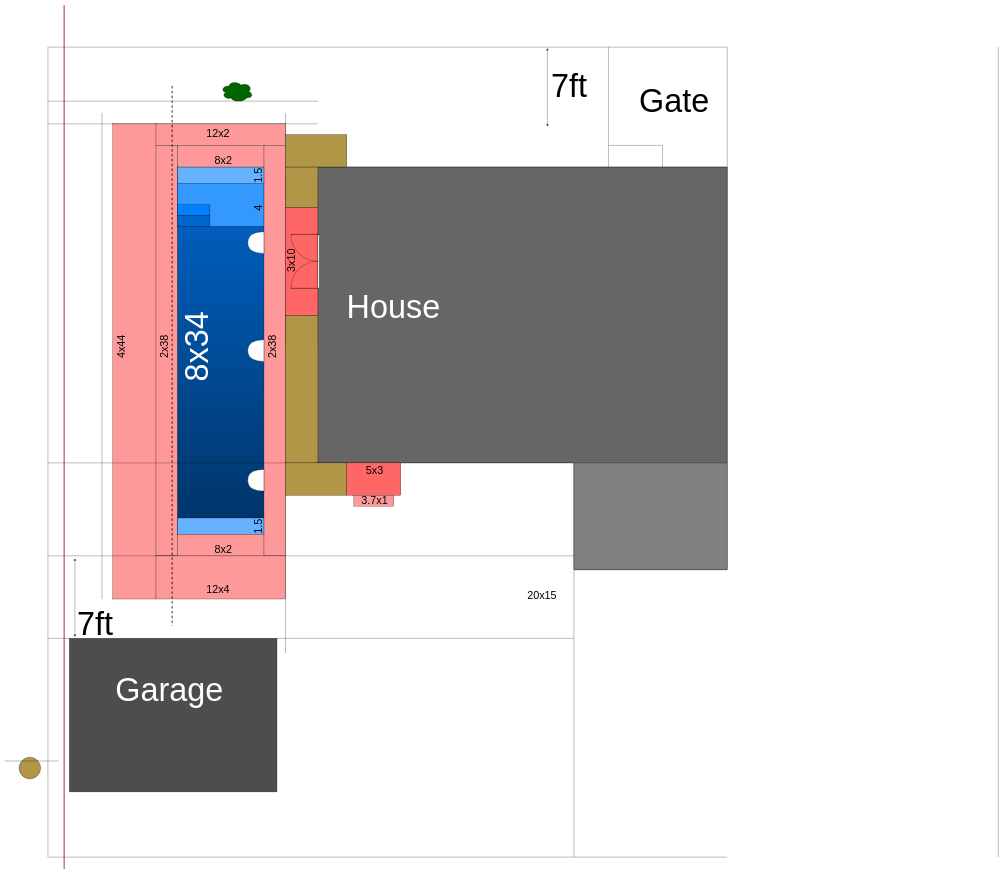
Earlier version of the draw.io diagram Pool.drawio (hikumealan/draw-io-diagrams). Source tidied: cells renumbered, new cells numbered last; positions are measured from the earlier drawing's top-left corner, leaving out a move shared by most shapes. Both pictures are drawn from the tidied source at 27%, with x=0, y=0 at pixel (5, 5).
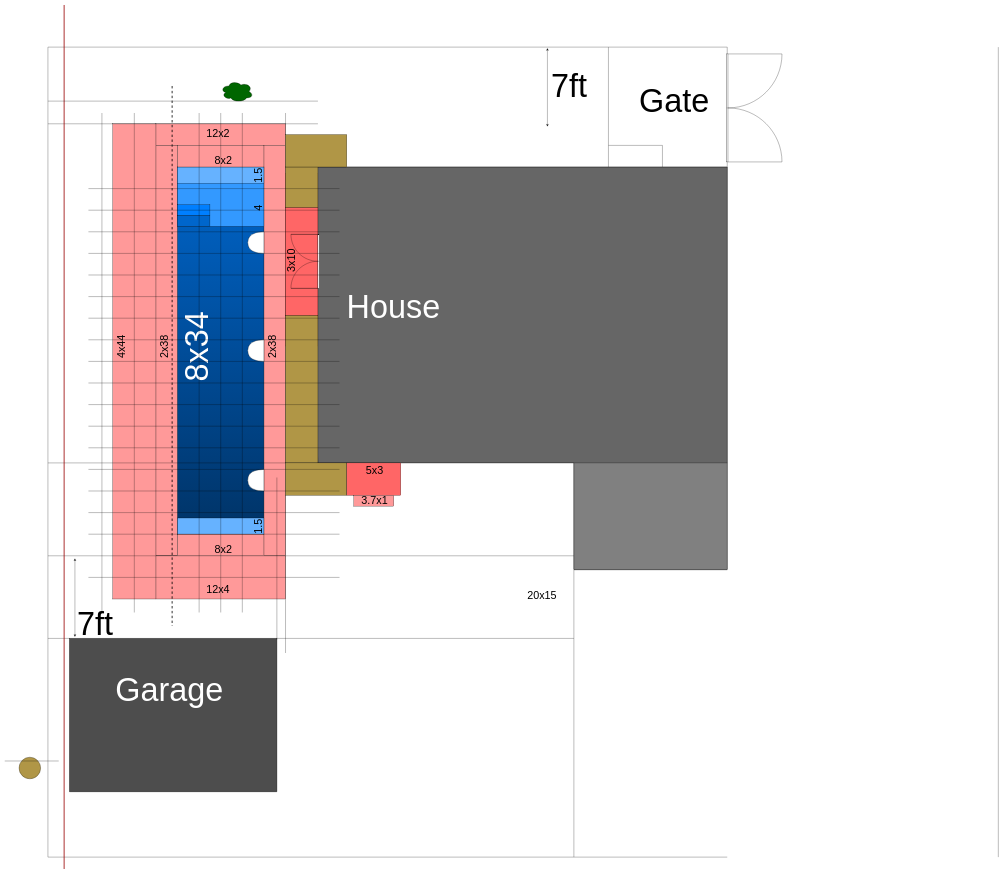
After the change.

What changed in the source:
```diff
@@
     <mxCell id="47" style="endArrow=none;html=1;rounded=0;fontSize=120;" parent="1" edge="1">
       <mxGeometry relative="1" as="geometry">
         <mxPoint x="360" y="400" as="sourcePoint" />
-        <mxPoint x="360" y="2200" as="targetPoint" />
+        <mxPoint x="360" y="2250" as="targetPoint" />
       </mxGeometry>
     </mxCell>
@@
+    <mxCell id="86" style="endArrow=none;html=1;rounded=0;" parent="1" edge="1">
+      <mxGeometry relative="1" as="geometry">
+        <mxPoint x="480" y="400" as="sourcePoint" />
+        <mxPoint x="480" y="2250" as="targetPoint" />
+      </mxGeometry>
+    </mxCell>
+    <mxCell id="87" style="endArrow=none;html=1;rounded=0;" parent="1" edge="1">
+      <mxGeometry relative="1" as="geometry">
+        <mxPoint x="720" y="400" as="sourcePoint" />
+        <mxPoint x="720" y="2250" as="targetPoint" />
+      </mxGeometry>
+    </mxCell>
+    <mxCell id="88" style="endArrow=none;html=1;rounded=0;" parent="1" edge="1">
+      <mxGeometry relative="1" as="geometry">
+        <mxPoint x="800" y="400" as="sourcePoint" />
+        <mxPoint x="800" y="2250" as="targetPoint" />
+      </mxGeometry>
+    </mxCell>
+    <mxCell id="89" style="endArrow=none;html=1;rounded=0;" parent="1" edge="1">
+      <mxGeometry relative="1" as="geometry">
+        <mxPoint x="880" y="400" as="sourcePoint" />
+        <mxPoint x="880" y="2250" as="targetPoint" />
+      </mxGeometry>
+    </mxCell>
+    <mxCell id="90" style="endArrow=none;html=1;rounded=0;" parent="1" edge="1">
+      <mxGeometry relative="1" as="geometry">
+        <mxPoint x="310" y="680" as="sourcePoint" />
+        <mxPoint x="1240" y="680" as="targetPoint" />
+      </mxGeometry>
+    </mxCell>
+    <mxCell id="91" style="endArrow=none;html=1;rounded=0;" parent="1" edge="1">
+      <mxGeometry relative="1" as="geometry">
+        <mxPoint x="310" y="760" as="sourcePoint" />
+        <mxPoint x="1240" y="760" as="targetPoint" />
+      </mxGeometry>
+    </mxCell>
+    <mxCell id="92" style="endArrow=none;html=1;rounded=0;" parent="1" edge="1">
+      <mxGeometry relative="1" as="geometry">
+        <mxPoint x="310" y="840" as="sourcePoint" />
+        <mxPoint x="1240" y="840" as="targetPoint" />
+      </mxGeometry>
+    </mxCell>
+    <mxCell id="93" style="endArrow=none;html=1;rounded=0;" parent="1" edge="1">
+      <mxGeometry relative="1" as="geometry">
+        <mxPoint x="310" y="920" as="sourcePoint" />
+        <mxPoint x="1240" y="920" as="targetPoint" />
+      </mxGeometry>
+    </mxCell>
+    <mxCell id="94" style="endArrow=none;html=1;rounded=0;" parent="1" edge="1">
+      <mxGeometry relative="1" as="geometry">
+        <mxPoint x="310" y="1000" as="sourcePoint" />
+        <mxPoint x="1240" y="1000" as="targetPoint" />
+      </mxGeometry>
+    </mxCell>
+    <mxCell id="95" style="endArrow=none;html=1;rounded=0;" parent="1" edge="1">
+      <mxGeometry relative="1" as="geometry">
+        <mxPoint x="310" y="1080" as="sourcePoint" />
+        <mxPoint x="1240" y="1080" as="targetPoint" />
+      </mxGeometry>
+    </mxCell>
+    <mxCell id="96" style="endArrow=none;html=1;rounded=0;" parent="1" edge="1">
+      <mxGeometry relative="1" as="geometry">
+        <mxPoint x="310" y="1160" as="sourcePoint" />
+        <mxPoint x="1240" y="1160" as="targetPoint" />
+      </mxGeometry>
+    </mxCell>
+    <mxCell id="97" style="endArrow=none;html=1;rounded=0;" parent="1" edge="1">
+      <mxGeometry relative="1" as="geometry">
+        <mxPoint x="310" y="1240" as="sourcePoint" />
+        <mxPoint x="1240" y="1240" as="targetPoint" />
+      </mxGeometry>
+    </mxCell>
+    <mxCell id="98" style="endArrow=none;html=1;rounded=0;" parent="1" edge="1">
+      <mxGeometry relative="1" as="geometry">
+        <mxPoint x="310" y="1320" as="sourcePoint" />
+        <mxPoint x="1240" y="1320" as="targetPoint" />
+      </mxGeometry>
+    </mxCell>
+    <mxCell id="99" style="endArrow=none;html=1;rounded=0;" parent="1" edge="1">
+      <mxGeometry relative="1" as="geometry">
+        <mxPoint x="310" y="1400" as="sourcePoint" />
+        <mxPoint x="1240" y="1400" as="targetPoint" />
+      </mxGeometry>
+    </mxCell>
+    <mxCell id="100" style="endArrow=none;html=1;rounded=0;" parent="1" edge="1">
+      <mxGeometry relative="1" as="geometry">
+        <mxPoint x="310" y="1480" as="sourcePoint" />
+        <mxPoint x="1240" y="1480" as="targetPoint" />
+      </mxGeometry>
+    </mxCell>
+    <mxCell id="101" style="endArrow=none;html=1;rounded=0;" parent="1" edge="1">
+      <mxGeometry relative="1" as="geometry">
+        <mxPoint x="310" y="1560" as="sourcePoint" />
+        <mxPoint x="1240" y="1560" as="targetPoint" />
+      </mxGeometry>
+    </mxCell>
+    <mxCell id="102" style="endArrow=none;html=1;rounded=0;" parent="1" edge="1">
+      <mxGeometry relative="1" as="geometry">
+        <mxPoint x="310" y="1640" as="sourcePoint" />
+        <mxPoint x="1240" y="1640" as="targetPoint" />
+      </mxGeometry>
+    </mxCell>
+    <mxCell id="103" style="endArrow=none;html=1;rounded=0;" parent="1" edge="1">
+      <mxGeometry relative="1" as="geometry">
+        <mxPoint x="310" y="1720" as="sourcePoint" />
+        <mxPoint x="1240" y="1720" as="targetPoint" />
+      </mxGeometry>
+    </mxCell>
+    <mxCell id="104" style="endArrow=none;html=1;rounded=0;" parent="1" edge="1">
+      <mxGeometry relative="1" as="geometry">
+        <mxPoint x="310" y="1800" as="sourcePoint" />
+        <mxPoint x="1240" y="1800" as="targetPoint" />
+      </mxGeometry>
+    </mxCell>
+    <mxCell id="105" style="endArrow=none;html=1;rounded=0;" parent="1" edge="1">
+      <mxGeometry relative="1" as="geometry">
+        <mxPoint x="310" y="1880" as="sourcePoint" />
+        <mxPoint x="1240" y="1880" as="targetPoint" />
+      </mxGeometry>
+    </mxCell>
+    <mxCell id="106" style="endArrow=none;html=1;rounded=0;" parent="1" edge="1">
+      <mxGeometry relative="1" as="geometry">
+        <mxPoint x="310" y="1960" as="sourcePoint" />
+        <mxPoint x="1240" y="1960" as="targetPoint" />
+      </mxGeometry>
+    </mxCell>
+    <mxCell id="107" style="endArrow=none;html=1;rounded=0;" parent="1" edge="1">
+      <mxGeometry relative="1" as="geometry">
+        <mxPoint x="310" y="2120" as="sourcePoint" />
+        <mxPoint x="1240" y="2120" as="targetPoint" />
+      </mxGeometry>
+    </mxCell>
+    <mxCell id="108" style="endArrow=none;html=1;rounded=0;" parent="1" edge="1">
+      <mxGeometry relative="1" as="geometry">
+        <mxPoint x="1008" y="1750" as="sourcePoint" />
+        <mxPoint x="1008" y="2350" as="targetPoint" />
+      </mxGeometry>
+    </mxCell>
+    <mxCell id="109" style="verticalLabelPosition=bottom;html=1;verticalAlign=top;align=center;shape=mxgraph.floorplan.doorDouble;fillColor=default;rotation=90;direction=west;" parent="1" vertex="1">
+      <mxGeometry x="2580" y="275" width="400" height="212.5" as="geometry" />
+    </mxCell>
```
